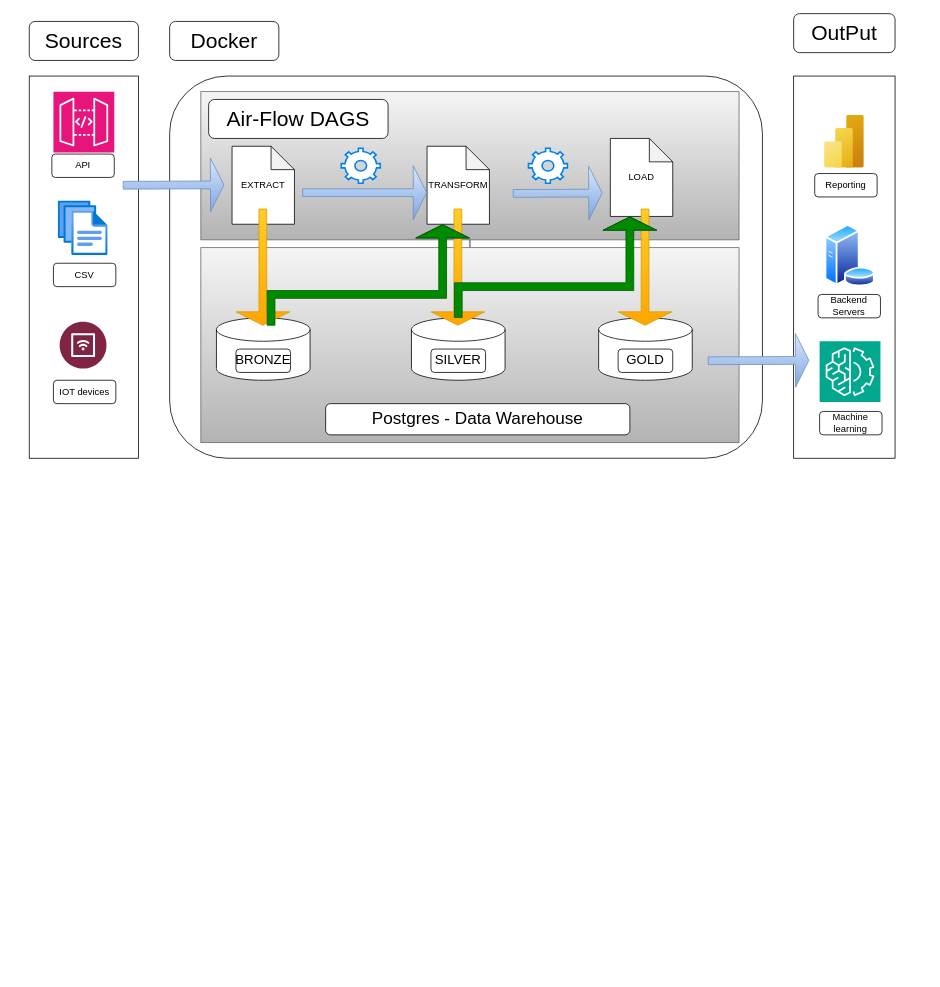
Before: Pipeline/Data Pipline base.drawio in EmmanuelKdev/Unified-data-Pipeline-for-schools, a draw.io diagram. Source tidied: cells renumbered, new cells numbered last; positions are measured from the earlier drawing's top-left corner, leaving out a move shared by most shapes. Both pictures are drawn from the tidied source at 78%, with x=0, y=0 at pixel (29, 13).
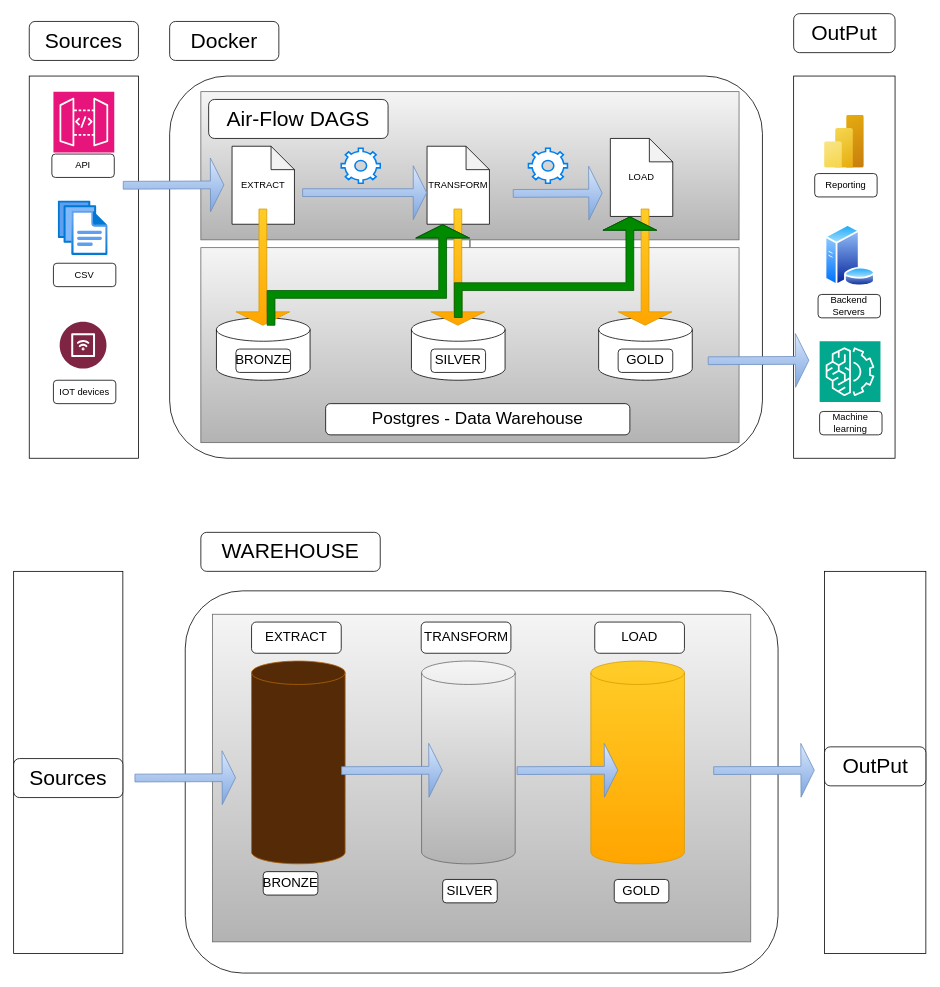
The same page after the edit.

Diff of the diagram source:
```diff
@@
+    <mxCell id="45" style="rounded=0;whiteSpace=wrap;html=1;" parent="1" vertex="1">
+      <mxGeometry x="-20" y="715" width="140" height="490" as="geometry" />
+    </mxCell>
+    <mxCell id="46" style="rounded=1;whiteSpace=wrap;html=1;" parent="1" vertex="1">
+      <mxGeometry x="200" y="740" width="760" height="490" as="geometry" />
+    </mxCell>
+    <mxCell id="47" style="rounded=0;whiteSpace=wrap;html=1;" parent="1" vertex="1">
+      <mxGeometry x="1019.5" y="715" width="130" height="490" as="geometry" />
+    </mxCell>
+    <mxCell id="48" style="rounded=0;whiteSpace=wrap;html=1;fillColor=#f5f5f5;gradientColor=#b3b3b3;strokeColor=#666666;" parent="1" vertex="1">
+      <mxGeometry x="235" y="770" width="690" height="420" as="geometry" />
+    </mxCell>
+    <mxCell id="49" style="shape=cylinder3;whiteSpace=wrap;html=1;boundedLbl=1;backgroundOutline=1;size=15;fillColor=#552B07;strokeColor=#b46504;" parent="1" vertex="1">
+      <mxGeometry x="285" y="830" width="120" height="260" as="geometry" />
+    </mxCell>
+    <mxCell id="50" style="shape=cylinder3;whiteSpace=wrap;html=1;boundedLbl=1;backgroundOutline=1;size=15;fillColor=#f5f5f5;gradientColor=#b3b3b3;strokeColor=#666666;" parent="1" vertex="1">
+      <mxGeometry x="503" y="830" width="120" height="260" as="geometry" />
+    </mxCell>
+    <mxCell id="51" style="shape=cylinder3;whiteSpace=wrap;html=1;boundedLbl=1;backgroundOutline=1;size=15;fillColor=#ffcd28;gradientColor=#ffa500;strokeColor=#d79b00;" parent="1" vertex="1">
+      <mxGeometry x="720" y="830" width="120" height="260" as="geometry" />
+    </mxCell>
+    <mxCell id="52" style="shape=flexArrow;endArrow=classic;html=1;rounded=0;fillColor=#dae8fc;gradientColor=#7ea6e0;strokeColor=#6c8ebf;endWidth=58;endSize=5.4;" parent="1" edge="1">
+      <mxGeometry relative="1" as="geometry">
+        <mxPoint x="135" y="980" as="sourcePoint" />
+        <mxPoint x="265" y="979.5" as="targetPoint" />
+      </mxGeometry>
+    </mxCell>
+    <mxCell id="53" style="shape=flexArrow;endArrow=classic;html=1;rounded=0;fillColor=#dae8fc;gradientColor=#7ea6e0;strokeColor=#6c8ebf;endWidth=58;endSize=5.4;" parent="1" edge="1">
+      <mxGeometry relative="1" as="geometry">
+        <mxPoint x="400" y="970.5" as="sourcePoint" />
+        <mxPoint x="530" y="970" as="targetPoint" />
+      </mxGeometry>
+    </mxCell>
+    <mxCell id="54" style="shape=flexArrow;endArrow=classic;html=1;rounded=0;fillColor=#dae8fc;gradientColor=#7ea6e0;strokeColor=#6c8ebf;endWidth=58;endSize=5.4;" parent="1" edge="1">
+      <mxGeometry relative="1" as="geometry">
+        <mxPoint x="625" y="970.5" as="sourcePoint" />
+        <mxPoint x="755" y="970" as="targetPoint" />
+      </mxGeometry>
+    </mxCell>
+    <mxCell id="55" style="shape=flexArrow;endArrow=classic;html=1;rounded=0;fillColor=#dae8fc;gradientColor=#7ea6e0;strokeColor=#6c8ebf;endWidth=58;endSize=5.4;" parent="1" edge="1">
+      <mxGeometry relative="1" as="geometry">
+        <mxPoint x="877" y="970.5" as="sourcePoint" />
+        <mxPoint x="1007" y="970" as="targetPoint" />
+      </mxGeometry>
+    </mxCell>
+    <mxCell id="56" value="&lt;font style=&quot;font-size: 27px;&quot;&gt;Sources&lt;/font&gt;" style="rounded=1;whiteSpace=wrap;html=1;" parent="1" vertex="1">
+      <mxGeometry x="-20" y="955" width="140" height="50" as="geometry" />
+    </mxCell>
+    <mxCell id="57" value="&lt;font style=&quot;font-size: 17px;&quot;&gt;BRONZE&lt;/font&gt;" style="rounded=1;whiteSpace=wrap;html=1;" parent="1" vertex="1">
+      <mxGeometry x="300" y="1100" width="70" height="30" as="geometry" />
+    </mxCell>
+    <mxCell id="58" value="&lt;font style=&quot;font-size: 17px;&quot;&gt;SILVER&lt;/font&gt;" style="rounded=1;whiteSpace=wrap;html=1;" parent="1" vertex="1">
+      <mxGeometry x="530" y="1110" width="70" height="30" as="geometry" />
+    </mxCell>
+    <mxCell id="59" value="&lt;font style=&quot;font-size: 17px;&quot;&gt;GOLD&lt;/font&gt;" style="rounded=1;whiteSpace=wrap;html=1;" parent="1" vertex="1">
+      <mxGeometry x="750" y="1110" width="70" height="30" as="geometry" />
+    </mxCell>
+    <mxCell id="60" value="&lt;font style=&quot;font-size: 27px;&quot;&gt;OutPut&lt;/font&gt;" style="rounded=1;whiteSpace=wrap;html=1;" parent="1" vertex="1">
+      <mxGeometry x="1019.5" y="940" width="130" height="50" as="geometry" />
+    </mxCell>
+    <mxCell id="61" value="&lt;font style=&quot;font-size: 17px;&quot;&gt;EXTRACT&lt;/font&gt;" style="rounded=1;whiteSpace=wrap;html=1;" parent="1" vertex="1">
+      <mxGeometry x="285" y="780" width="115" height="40" as="geometry" />
+    </mxCell>
+    <mxCell id="62" value="&lt;font style=&quot;font-size: 17px;&quot;&gt;TRANSFORM&lt;/font&gt;" style="rounded=1;whiteSpace=wrap;html=1;" parent="1" vertex="1">
+      <mxGeometry x="502.5" y="780" width="115" height="40" as="geometry" />
+    </mxCell>
+    <mxCell id="63" value="&lt;font style=&quot;font-size: 17px;&quot;&gt;LOAD&lt;/font&gt;" style="rounded=1;whiteSpace=wrap;html=1;" parent="1" vertex="1">
+      <mxGeometry x="725" y="780" width="115" height="40" as="geometry" />
+    </mxCell>
+    <mxCell id="64" value="&lt;font style=&quot;font-size: 27px;&quot;&gt;WAREHOUSE&lt;/font&gt;" style="rounded=1;whiteSpace=wrap;html=1;" parent="1" vertex="1">
+      <mxGeometry x="220" y="665" width="230" height="50" as="geometry" />
+    </mxCell>
```
